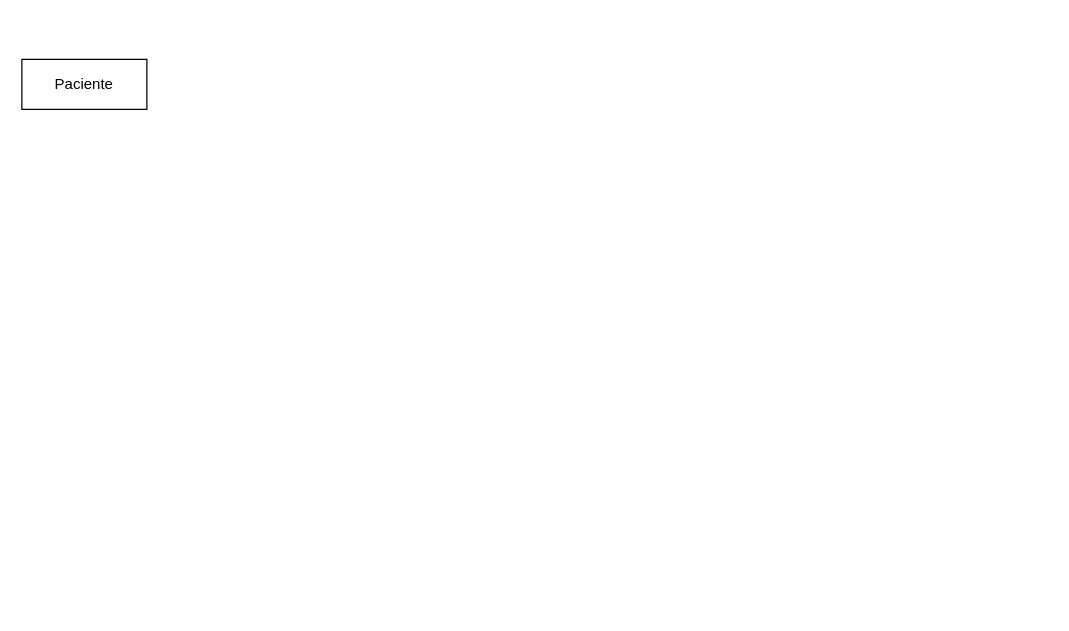
Above: reto_BD.drawio in DehyroM/EjercicioClinica (draw.io), before the change. Source tidied: cells renumbered, new cells numbered last; positions are measured from the earlier drawing's top-left corner, leaving out a move shared by most shapes. Both pictures are drawn from the tidied source at 125%, with x=0, y=0 at pixel (21, 59).
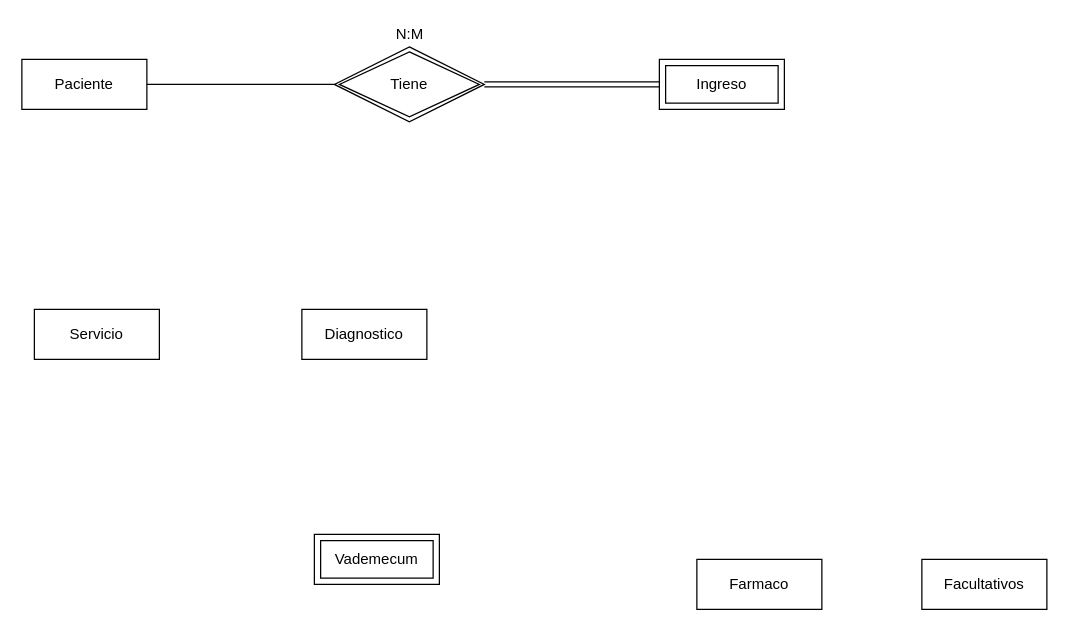
Above is the later version.

What changed in the source:
```diff
@@
 <mxGraphModel>
   <root>
     <mxCell id="0" />
     <mxCell id="1" parent="0" />
     <mxCell id="2" value="Paciente" style="whiteSpace=wrap;html=1;align=center;" parent="1" vertex="1">
       <mxGeometry width="100" height="40" as="geometry" />
     </mxCell>
+    <mxCell id="3" value="Farmaco" style="whiteSpace=wrap;html=1;align=center;" parent="1" vertex="1">
+      <mxGeometry x="540" y="400" width="100" height="40" as="geometry" />
+    </mxCell>
+    <mxCell id="4" value="Servicio" style="whiteSpace=wrap;html=1;align=center;" parent="1" vertex="1">
+      <mxGeometry x="10" y="200" width="100" height="40" as="geometry" />
+    </mxCell>
+    <mxCell id="5" value="Diagnostico" style="whiteSpace=wrap;html=1;align=center;" parent="1" vertex="1">
+      <mxGeometry x="224" y="200" width="100" height="40" as="geometry" />
+    </mxCell>
+    <mxCell id="6" value="Ingreso" style="shape=ext;margin=3;double=1;whiteSpace=wrap;html=1;align=center;" parent="1" vertex="1">
+      <mxGeometry x="510" width="100" height="40" as="geometry" />
+    </mxCell>
+    <mxCell id="7" value="Vademecum" style="shape=ext;margin=3;double=1;whiteSpace=wrap;html=1;align=center;" parent="1" vertex="1">
+      <mxGeometry x="234" y="380" width="100" height="40" as="geometry" />
+    </mxCell>
+    <mxCell id="8" value="Facultativos" style="whiteSpace=wrap;html=1;align=center;" parent="1" vertex="1">
+      <mxGeometry x="720" y="400" width="100" height="40" as="geometry" />
+    </mxCell>
+    <mxCell id="9" style="edgeStyle=orthogonalEdgeStyle;rounded=0;jettySize=auto;html=1;exitX=1;exitY=0.5;exitDx=0;exitDy=0;entryX=0;entryY=0.5;entryDx=0;entryDy=0;endArrow=none;endFill=0;shape=link;" parent="1" edge="1" source="11" target="6">
+      <mxGeometry relative="1" as="geometry" />
+    </mxCell>
+    <mxCell id="10" style="edgeStyle=orthogonalEdgeStyle;rounded=0;jettySize=auto;html=1;exitX=0;exitY=0.5;exitDx=0;exitDy=0;entryX=1;entryY=0.5;entryDx=0;entryDy=0;endArrow=none;endFill=0;" parent="1" edge="1" source="11" target="2">
+      <mxGeometry relative="1" as="geometry" />
+    </mxCell>
+    <mxCell id="11" value="Tiene" style="shape=rhombus;double=1;perimeter=rhombusPerimeter;whiteSpace=wrap;html=1;align=center;" parent="1" vertex="1">
+      <mxGeometry x="250" y="-10" width="120" height="60" as="geometry" />
+    </mxCell>
+    <mxCell id="12" value="N:M" style="text;html=1;align=center;verticalAlign=middle;strokeColor=none;fillColor=none;" parent="1" vertex="1">
+      <mxGeometry x="290" y="-30" width="40" height="20" as="geometry" />
+    </mxCell>
   </root>
 </mxGraphModel>
```
